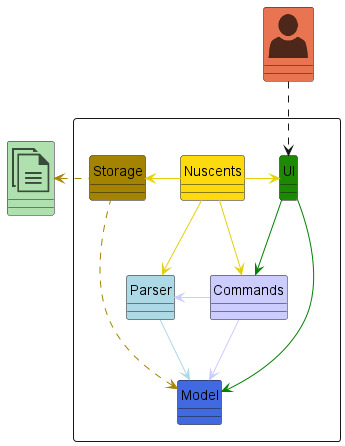
Above: docs/images/ArchitectureDiagram.png in vvhuiling/tp (PlantUML), before the change.
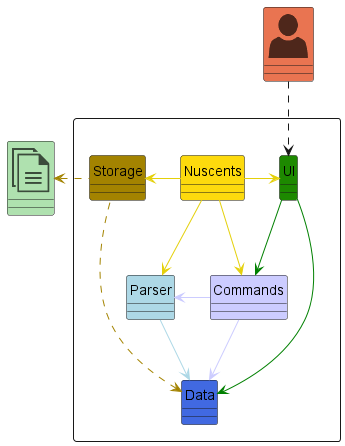
The same diagram one commit later.

Commit message:
Update Architecture section in DG

What changed in the source:
```diff
@@ -10,7 +10,7 @@
     Class UI UI_COLOR
     Class Parser PARSER_COLOR
     Class Nuscents #FDDA0D
-    Class Model #4169E1
+    Class Data #4169E1
     Class Commands #CCCCFF
     Class Storage STORAGE_COLOR
 }
@@ -23,12 +23,12 @@
 Nuscents -[#E4D00A]> Commands
 Nuscents -[#E4D00A]> Parser
 UI -[#green]-> Commands
-UI -[#green]> Model
+UI -[#green]> Data
 Commands -[#CCCCFF]> Parser
-Commands -[#CCCCFF]> Model
-Parser --[PARSER_COLOR]> Model
+Commands -[#CCCCFF]> Data
+Parser --[PARSER_COLOR]> Data
 
-Storage -up[STORAGE_COLOR].> Model
+Storage -up[STORAGE_COLOR].> Data
 Storage .left[STORAGE_COLOR].>File
 User ..> UI
 @enduml
```
